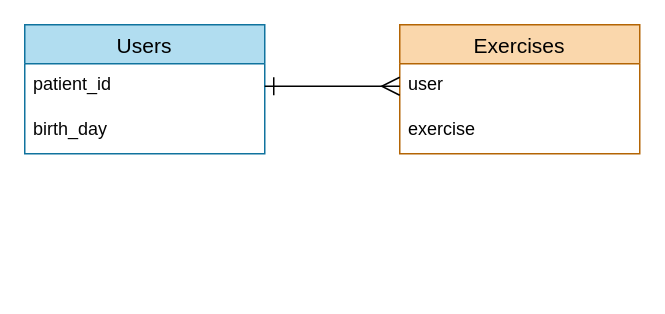
The draw.io diagram ER図.dio in wakai1225/exercise-app, before the edit. Source tidied: cells renumbered, new cells numbered last; positions are measured from the earlier drawing's top-left corner, leaving out a move shared by most shapes. Both pictures are drawn from the tidied source at 150%, with x=0, y=0 at pixel (24, 24).
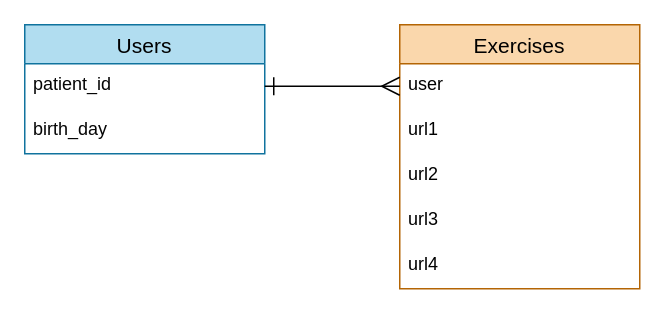
Above is the later version.

The edit, as a diff of the source:
```diff
@@
 <mxGraphModel>
   <root>
     <mxCell id="0" />
     <mxCell id="1" parent="0" />
     <mxCell id="2" value="Users" style="swimlane;fontStyle=0;horizontal=1;startSize=26;align=center;fontSize=14;fillColor=#b1ddf0;strokeColor=#10739e;" parent="1" vertex="1">
       <mxGeometry width="160" height="86" as="geometry" />
     </mxCell>
     <mxCell id="3" value="patient_id" style="text;strokeColor=none;fillColor=none;spacingLeft=4;spacingRight=4;overflow=hidden;points=[[0,0.5],[1,0.5]];portConstraint=eastwest;fontSize=12;fontColor=#050505;labelBackgroundColor=none;" parent="2" vertex="1">
       <mxGeometry y="26" width="160" height="30" as="geometry" />
     </mxCell>
     <mxCell id="4" value="birth_day" style="text;strokeColor=none;fillColor=none;spacingLeft=4;spacingRight=4;overflow=hidden;fontSize=12;fontColor=#050505;labelBackgroundColor=none;" parent="2" vertex="1">
       <mxGeometry y="56" width="160" height="30" as="geometry" />
     </mxCell>
     <mxCell id="5" value="Exercises" style="swimlane;fontStyle=0;horizontal=1;startSize=26;align=center;fontSize=14;fillColor=#fad7ac;strokeColor=#b46504;" parent="1" vertex="1">
-      <mxGeometry x="250" width="160" height="86" as="geometry" />
+      <mxGeometry x="250" width="160" height="176" as="geometry" />
     </mxCell>
     <mxCell id="6" value="user" style="text;strokeColor=none;fillColor=none;spacingLeft=4;spacingRight=4;overflow=hidden;points=[[0,0.5],[1,0.5]];portConstraint=eastwest;fontSize=12;" parent="5" vertex="1">
       <mxGeometry y="26" width="160" height="30" as="geometry" />
     </mxCell>
-    <mxCell id="7" value="exercise" style="text;strokeColor=none;fillColor=none;spacingLeft=4;spacingRight=4;overflow=hidden;fontSize=12;" parent="5" vertex="1">
+    <mxCell id="7" value="url1" style="text;strokeColor=none;fillColor=none;spacingLeft=4;spacingRight=4;overflow=hidden;fontSize=12;" parent="5" vertex="1">
       <mxGeometry y="56" width="160" height="30" as="geometry" />
     </mxCell>
+    <mxCell id="9" value="url2" style="text;strokeColor=none;fillColor=none;spacingLeft=4;spacingRight=4;overflow=hidden;fontSize=12;" parent="5" vertex="1">
+      <mxGeometry y="86" width="160" height="30" as="geometry" />
+    </mxCell>
+    <mxCell id="10" value="url3" style="text;strokeColor=none;fillColor=none;spacingLeft=4;spacingRight=4;overflow=hidden;fontSize=12;" parent="5" vertex="1">
+      <mxGeometry y="116" width="160" height="30" as="geometry" />
+    </mxCell>
+    <mxCell id="11" value="url4" style="text;strokeColor=none;fillColor=none;spacingLeft=4;spacingRight=4;overflow=hidden;fontSize=12;" parent="5" vertex="1">
+      <mxGeometry y="146" width="160" height="30" as="geometry" />
+    </mxCell>
     <mxCell id="8" style="edgeStyle=entityRelationEdgeStyle;fontSize=12;html=1;endArrow=ERmany;exitX=1;exitY=0.5;exitDx=0;exitDy=0;entryX=0;entryY=0.5;entryDx=0;entryDy=0;startArrow=ERone;startFill=0;endSize=10;startSize=10;" parent="1" edge="1" source="3" target="6">
       <mxGeometry relative="1" as="geometry" />
     </mxCell>
   </root>
 </mxGraphModel>
```
